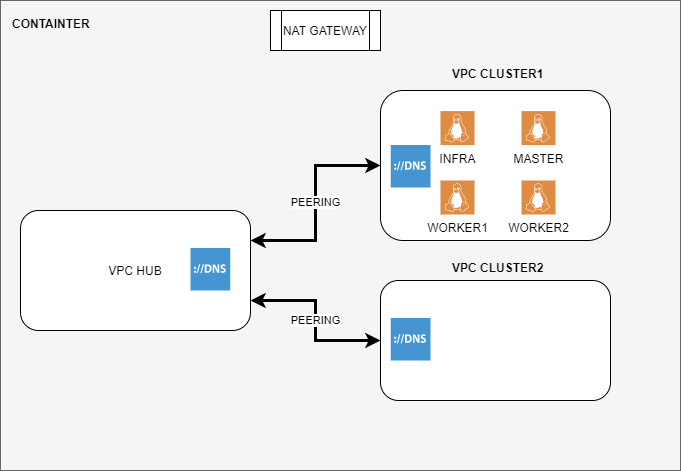
The draw.io diagram esquema.png in victhor666/Openshift-OCI, before a commit. Source tidied: cells renumbered, new cells last; positions are measured from the earlier drawing's top-left corner, leaving out a move shared by most shapes.
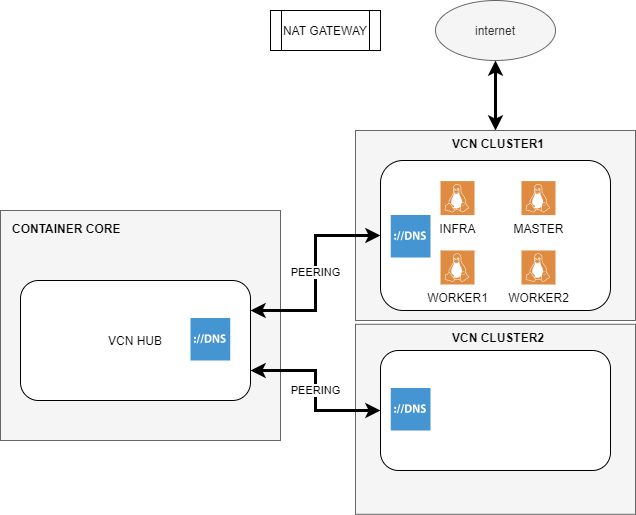
Above is the later version.

Commit message:
vcn core

Change to the diagram source:
```diff
@@ -2,10 +2,19 @@
   <root>
     <mxCell id="0" />
     <mxCell id="1" parent="0" />
+    <mxCell id="19" style="rounded=0;whiteSpace=wrap;html=1;fillColor=#f5f5f5;strokeColor=#666666;fontColor=#333333;" parent="1" vertex="1">
+      <mxGeometry x="355" y="253.8" width="280" height="190" as="geometry" />
+    </mxCell>
+    <mxCell id="20" style="edgeStyle=orthogonalEdgeStyle;rounded=0;jettySize=auto;html=1;startArrow=classic;startFill=1;strokeWidth=3;" parent="1" edge="1" source="21" target="22">
+      <mxGeometry relative="1" as="geometry" />
+    </mxCell>
+    <mxCell id="21" style="rounded=0;whiteSpace=wrap;html=1;fillColor=#f5f5f5;strokeColor=#666666;fontColor=#333333;" parent="1" vertex="1">
+      <mxGeometry x="355" y="60" width="280" height="190" as="geometry" />
+    </mxCell>
     <mxCell id="2" style="rounded=0;whiteSpace=wrap;html=1;fillColor=#f5f5f5;strokeColor=#666666;fontColor=#333333;" parent="1" vertex="1">
-      <mxGeometry width="680" height="470" as="geometry" />
+      <mxGeometry y="140" width="280" height="230" as="geometry" />
     </mxCell>
-    <mxCell id="3" value="VPC HUB" style="rounded=1;whiteSpace=wrap;html=1;" parent="1" vertex="1">
+    <mxCell id="3" value="VCN HUB" style="rounded=1;whiteSpace=wrap;html=1;" parent="1" vertex="1">
       <mxGeometry x="20" y="210" width="230" height="120" as="geometry" />
     </mxCell>
     <mxCell id="4" value="PEERING" style="edgeStyle=orthogonalEdgeStyle;rounded=0;jettySize=auto;html=1;entryX=1;entryY=0.25;entryDx=0;entryDy=0;startArrow=classic;startFill=1;strokeWidth=3;" parent="1" edge="1" source="5" target="3">
@@ -17,10 +26,10 @@
     <mxCell id="6" style="rounded=1;whiteSpace=wrap;html=1;" parent="1" vertex="1">
       <mxGeometry x="380" y="280" width="230" height="120" as="geometry" />
     </mxCell>
-    <mxCell id="7" value="&lt;div style=&quot;text-align: center&quot;&gt;&lt;font face=&quot;helvetica&quot;&gt;VPC CLUSTER1&lt;/font&gt;&lt;/div&gt;" style="text;whiteSpace=wrap;html=1;fontStyle=1;" parent="1" vertex="1">
+    <mxCell id="7" value="&lt;div style=&quot;text-align: center&quot;&gt;&lt;font face=&quot;helvetica&quot;&gt;VCN CLUSTER1&lt;/font&gt;&lt;/div&gt;" style="text;whiteSpace=wrap;html=1;fontStyle=1;" parent="1" vertex="1">
       <mxGeometry x="450" y="60" width="120" height="30" as="geometry" />
     </mxCell>
-    <mxCell id="8" value="&lt;div style=&quot;text-align: center&quot;&gt;&lt;font face=&quot;helvetica&quot;&gt;VPC CLUSTER2&lt;/font&gt;&lt;/div&gt;" style="text;whiteSpace=wrap;html=1;fontStyle=1;" parent="1" vertex="1">
+    <mxCell id="8" value="&lt;div style=&quot;text-align: center&quot;&gt;&lt;font face=&quot;helvetica&quot;&gt;VCN CLUSTER2&lt;/font&gt;&lt;/div&gt;" style="text;whiteSpace=wrap;html=1;fontStyle=1;" parent="1" vertex="1">
       <mxGeometry x="450" y="253.8" width="120" height="30" as="geometry" />
     </mxCell>
     <mxCell id="9" value="INFRA" style="sketch=0;shadow=0;dashed=0;html=1;strokeColor=none;fillColor=#DF8C42;labelPosition=center;verticalLabelPosition=bottom;verticalAlign=top;align=center;shape=mxgraph.veeam2.linux;" parent="1" vertex="1">
@@ -47,11 +56,14 @@
     <mxCell id="16" value="PEERING" style="edgeStyle=orthogonalEdgeStyle;rounded=0;jettySize=auto;html=1;entryX=1;entryY=0.75;entryDx=0;entryDy=0;startArrow=classic;startFill=1;strokeWidth=3;exitX=0;exitY=0.5;exitDx=0;exitDy=0;" parent="1" edge="1" source="6" target="3">
       <mxGeometry relative="1" as="geometry" />
     </mxCell>
-    <mxCell id="17" value="&lt;div style=&quot;text-align: center&quot;&gt;&lt;font face=&quot;helvetica&quot;&gt;CONTAINTER&lt;/font&gt;&lt;/div&gt;" style="text;whiteSpace=wrap;html=1;fontStyle=1;" parent="1" vertex="1">
-      <mxGeometry x="10" y="10" width="120" height="30" as="geometry" />
+    <mxCell id="17" value="&lt;div style=&quot;text-align: center&quot;&gt;&lt;font face=&quot;helvetica&quot;&gt;CONTAINER CORE&lt;/font&gt;&lt;/div&gt;" style="text;whiteSpace=wrap;html=1;fontStyle=1;" parent="1" vertex="1">
+      <mxGeometry x="10" y="144.6" width="120" height="30" as="geometry" />
     </mxCell>
     <mxCell id="18" value="NAT GATEWAY" style="shape=process;whiteSpace=wrap;html=1;backgroundOutline=1;" parent="1" vertex="1">
-      <mxGeometry x="270" y="10" width="110" height="40" as="geometry" />
+      <mxGeometry x="270" y="-60" width="110" height="40" as="geometry" />
     </mxCell>
+    <mxCell id="22" value="internet" style="ellipse;whiteSpace=wrap;html=1;rounded=0;fontColor=#333333;strokeColor=#666666;fillColor=#f5f5f5;" parent="1" vertex="1">
+      <mxGeometry x="435" y="-70" width="120" height="60" as="geometry" />
+    </mxCell>
   </root>
 </mxGraphModel>
```
